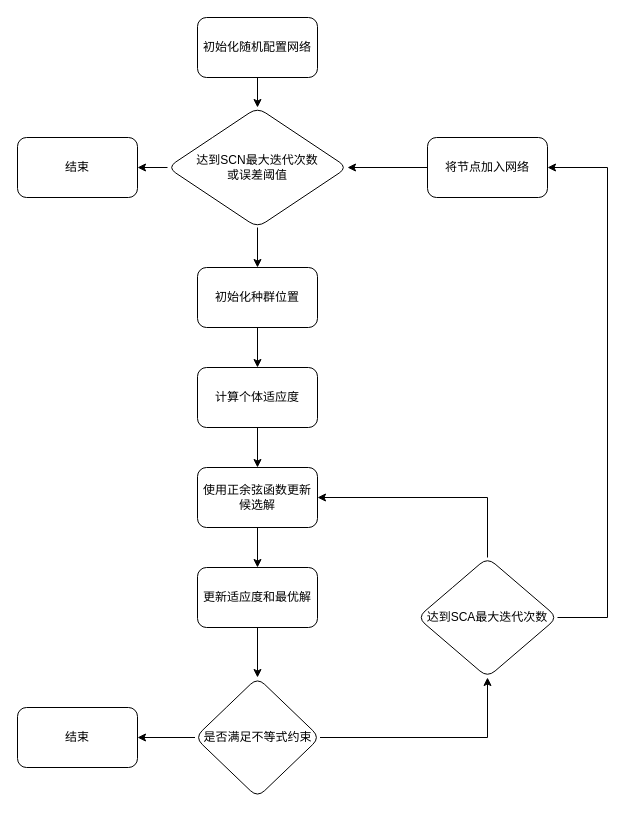
Earlier version of the draw.io diagram SCA_SCN流程图.drawio (hmh38324/diagrams). Source tidied: cells renumbered, new cells numbered last; positions are measured from the earlier drawing's top-left corner, leaving out a move shared by most shapes. Both pictures are drawn from the tidied source at 100%, with x=0, y=0 at pixel (17, 17).
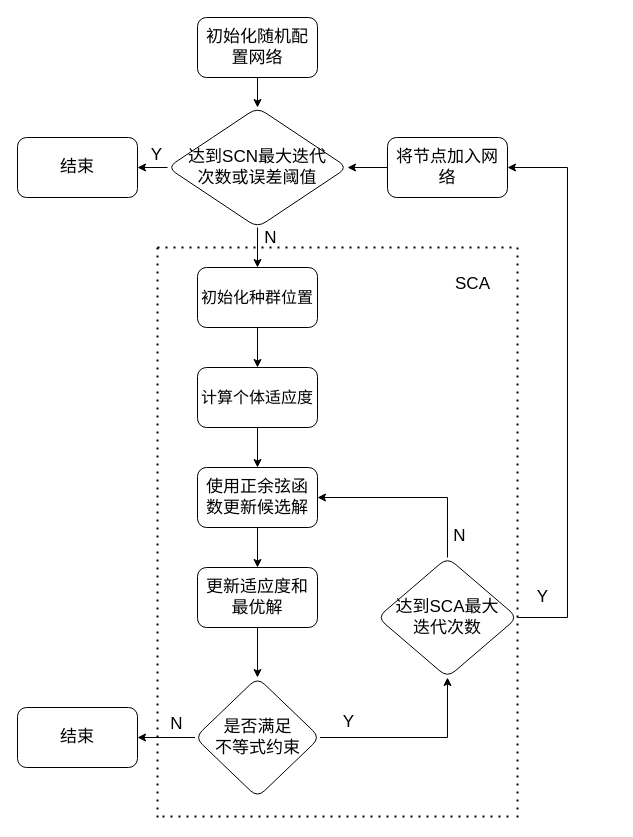
After the change.

Commit message (it also covers changes not shown here):
更新SCA_SCN流程图.drawio

Diff of the diagram source:
```diff
@@
-    <mxCell id="2" style="edgeStyle=orthogonalEdgeStyle;rounded=0;jettySize=auto;html=1;" parent="1" edge="1" source="3" target="6">
+    <mxCell id="2" style="edgeStyle=orthogonalEdgeStyle;rounded=0;jettySize=auto;html=1;fontSize=17;" parent="1" edge="1" source="3" target="6">
       <mxGeometry relative="1" as="geometry" />
     </mxCell>
-    <mxCell id="3" value="初始化随机配置网络" style="rounded=1;whiteSpace=wrap;html=1;" parent="1" vertex="1">
+    <mxCell id="3" value="初始化随机配置网络" style="rounded=1;whiteSpace=wrap;html=1;fontSize=17;" parent="1" vertex="1">
       <mxGeometry x="180" width="120" height="60" as="geometry" />
     </mxCell>
-    <mxCell id="4" style="edgeStyle=orthogonalEdgeStyle;rounded=0;jettySize=auto;html=1;" parent="1" edge="1" source="6" target="8">
+    <mxCell id="4" style="edgeStyle=orthogonalEdgeStyle;rounded=0;jettySize=auto;html=1;fontSize=17;" parent="1" edge="1" source="6" target="8">
       <mxGeometry relative="1" as="geometry" />
     </mxCell>
-    <mxCell id="5" style="edgeStyle=orthogonalEdgeStyle;rounded=0;jettySize=auto;html=1;" parent="1" edge="1" source="6" target="24">
+    <mxCell id="5" style="edgeStyle=orthogonalEdgeStyle;rounded=0;jettySize=auto;html=1;fontSize=17;" parent="1" edge="1" source="6" target="24">
       <mxGeometry relative="1" as="geometry" />
     </mxCell>
-    <mxCell id="6" value="达到SCN最大迭代次数&lt;br&gt;或误差阈值" style="rhombus;whiteSpace=wrap;html=1;rounded=1;" parent="1" vertex="1">
+    <mxCell id="6" value="达到SCN最大迭代&lt;br&gt;次数或误差阈值" style="rhombus;whiteSpace=wrap;html=1;rounded=1;fontSize=17;" parent="1" vertex="1">
       <mxGeometry x="150" y="90" width="180" height="120" as="geometry" />
     </mxCell>
-    <mxCell id="7" style="edgeStyle=orthogonalEdgeStyle;rounded=0;jettySize=auto;html=1;" parent="1" edge="1" source="8" target="10">
+    <mxCell id="7" style="edgeStyle=orthogonalEdgeStyle;rounded=0;jettySize=auto;html=1;fontSize=17;" parent="1" edge="1" source="8" target="10">
       <mxGeometry relative="1" as="geometry" />
     </mxCell>
-    <mxCell id="8" value="初始化种群位置" style="whiteSpace=wrap;html=1;rounded=1;" parent="1" vertex="1">
+    <mxCell id="8" value="初始化种群位置" style="whiteSpace=wrap;html=1;rounded=1;fontSize=16;" parent="1" vertex="1">
       <mxGeometry x="180" y="250" width="120" height="60" as="geometry" />
     </mxCell>
-    <mxCell id="9" style="edgeStyle=orthogonalEdgeStyle;rounded=0;jettySize=auto;html=1;" parent="1" edge="1" source="10" target="12">
+    <mxCell id="9" style="edgeStyle=orthogonalEdgeStyle;rounded=0;jettySize=auto;html=1;fontSize=17;" parent="1" edge="1" source="10" target="12">
       <mxGeometry relative="1" as="geometry" />
     </mxCell>
-    <mxCell id="10" value="计算个体适应度" style="whiteSpace=wrap;html=1;rounded=1;" parent="1" vertex="1">
+    <mxCell id="10" value="计算个体适应度" style="whiteSpace=wrap;html=1;rounded=1;fontSize=16;" parent="1" vertex="1">
       <mxGeometry x="180" y="350" width="120" height="60" as="geometry" />
     </mxCell>
-    <mxCell id="11" style="edgeStyle=orthogonalEdgeStyle;rounded=0;jettySize=auto;html=1;" parent="1" edge="1" source="12" target="14">
+    <mxCell id="11" style="edgeStyle=orthogonalEdgeStyle;rounded=0;jettySize=auto;html=1;fontSize=17;" parent="1" edge="1" source="12" target="14">
       <mxGeometry relative="1" as="geometry" />
     </mxCell>
-    <mxCell id="12" value="使用正余弦函数更新候选解" style="whiteSpace=wrap;html=1;rounded=1;" parent="1" vertex="1">
+    <mxCell id="12" value="使用正余弦函数更新候选解" style="whiteSpace=wrap;html=1;rounded=1;fontSize=17;" parent="1" vertex="1">
       <mxGeometry x="180" y="450" width="120" height="60" as="geometry" />
     </mxCell>
-    <mxCell id="13" style="edgeStyle=orthogonalEdgeStyle;rounded=0;jettySize=auto;html=1;" parent="1" edge="1" source="14" target="20">
+    <mxCell id="13" style="edgeStyle=orthogonalEdgeStyle;rounded=0;jettySize=auto;html=1;fontSize=17;" parent="1" edge="1" source="14" target="20">
       <mxGeometry relative="1" as="geometry" />
     </mxCell>
-    <mxCell id="14" value="更新适应度和最优解" style="whiteSpace=wrap;html=1;rounded=1;" parent="1" vertex="1">
+    <mxCell id="14" value="更新适应度和最优解" style="whiteSpace=wrap;html=1;rounded=1;fontSize=17;" parent="1" vertex="1">
       <mxGeometry x="180" y="550" width="120" height="60" as="geometry" />
     </mxCell>
-    <mxCell id="15" style="edgeStyle=orthogonalEdgeStyle;rounded=0;jettySize=auto;html=1;entryX=1;entryY=0.5;entryDx=0;entryDy=0;exitX=0.5;exitY=0;exitDx=0;exitDy=0;" parent="1" edge="1" source="17" target="12">
+    <mxCell id="15" style="edgeStyle=orthogonalEdgeStyle;rounded=0;jettySize=auto;html=1;entryX=1;entryY=0.5;entryDx=0;entryDy=0;exitX=0.5;exitY=0;exitDx=0;exitDy=0;fontSize=17;" parent="1" edge="1" source="17" target="12">
       <mxGeometry relative="1" as="geometry">
         <Array as="points">
-          <mxPoint x="470" y="480" />
+          <mxPoint x="430" y="480" />
         </Array>
       </mxGeometry>
     </mxCell>
-    <mxCell id="16" style="edgeStyle=orthogonalEdgeStyle;rounded=0;jettySize=auto;html=1;entryX=1;entryY=0.5;entryDx=0;entryDy=0;" parent="1" edge="1" source="17" target="23">
+    <mxCell id="16" style="edgeStyle=orthogonalEdgeStyle;rounded=0;jettySize=auto;html=1;entryX=1;entryY=0.5;entryDx=0;entryDy=0;fontSize=17;" parent="1" edge="1" source="17" target="23">
       <mxGeometry relative="1" as="geometry">
         <Array as="points">
-          <mxPoint x="590" y="600" />
-          <mxPoint x="590" y="150" />
+          <mxPoint x="550" y="600" />
+          <mxPoint x="550" y="150" />
         </Array>
       </mxGeometry>
     </mxCell>
-    <mxCell id="17" value="达到SCA最大迭代次数" style="rhombus;whiteSpace=wrap;html=1;rounded=1;" parent="1" vertex="1">
-      <mxGeometry x="400" y="540" width="140" height="120" as="geometry" />
+    <mxCell id="17" value="达到SCA最大&lt;br&gt;迭代次数" style="rhombus;whiteSpace=wrap;html=1;rounded=1;fontSize=17;" parent="1" vertex="1">
+      <mxGeometry x="360" y="540" width="140" height="120" as="geometry" />
     </mxCell>
-    <mxCell id="18" style="edgeStyle=orthogonalEdgeStyle;rounded=0;jettySize=auto;html=1;entryX=0.5;entryY=1;entryDx=0;entryDy=0;" parent="1" edge="1" source="20" target="17">
+    <mxCell id="18" style="edgeStyle=orthogonalEdgeStyle;rounded=0;jettySize=auto;html=1;entryX=0.5;entryY=1;entryDx=0;entryDy=0;fontSize=17;" parent="1" edge="1" source="20" target="17">
       <mxGeometry relative="1" as="geometry" />
     </mxCell>
-    <mxCell id="19" style="edgeStyle=orthogonalEdgeStyle;rounded=0;jettySize=auto;html=1;" parent="1" edge="1" source="20" target="21">
+    <mxCell id="19" style="edgeStyle=orthogonalEdgeStyle;rounded=0;jettySize=auto;html=1;fontSize=17;" parent="1" edge="1" source="20" target="21">
       <mxGeometry relative="1" as="geometry" />
     </mxCell>
-    <mxCell id="20" value="是否满足不等式约束" style="rhombus;whiteSpace=wrap;html=1;rounded=1;" parent="1" vertex="1">
+    <mxCell id="20" value="是否满足&lt;br&gt;不等式约束" style="rhombus;whiteSpace=wrap;html=1;rounded=1;fontSize=17;" parent="1" vertex="1">
       <mxGeometry x="177.5" y="660" width="125" height="120" as="geometry" />
     </mxCell>
-    <mxCell id="21" value="结束" style="whiteSpace=wrap;html=1;rounded=1;" parent="1" vertex="1">
+    <mxCell id="21" value="结束" style="whiteSpace=wrap;html=1;rounded=1;fontSize=17;" parent="1" vertex="1">
       <mxGeometry y="690" width="120" height="60" as="geometry" />
     </mxCell>
-    <mxCell id="22" style="edgeStyle=orthogonalEdgeStyle;rounded=0;jettySize=auto;html=1;entryX=1;entryY=0.5;entryDx=0;entryDy=0;" parent="1" edge="1" source="23" target="6">
+    <mxCell id="22" style="edgeStyle=orthogonalEdgeStyle;rounded=0;jettySize=auto;html=1;entryX=1;entryY=0.5;entryDx=0;entryDy=0;fontSize=17;" parent="1" edge="1" source="23" target="6">
       <mxGeometry relative="1" as="geometry" />
     </mxCell>
-    <mxCell id="23" value="将节点加入网络" style="whiteSpace=wrap;html=1;rounded=1;" parent="1" vertex="1">
-      <mxGeometry x="410" y="120" width="120" height="60" as="geometry" />
+    <mxCell id="23" value="将节点加入网络" style="whiteSpace=wrap;html=1;rounded=1;fontSize=17;" parent="1" vertex="1">
+      <mxGeometry x="370" y="120" width="120" height="60" as="geometry" />
     </mxCell>
-    <mxCell id="24" value="结束" style="whiteSpace=wrap;html=1;rounded=1;" parent="1" vertex="1">
+    <mxCell id="24" value="结束" style="whiteSpace=wrap;html=1;rounded=1;fontSize=17;" parent="1" vertex="1">
       <mxGeometry y="120" width="120" height="60" as="geometry" />
     </mxCell>
+    <mxCell id="25" style="endArrow=none;dashed=1;html=1;dashPattern=1 3;strokeWidth=2;rounded=0;fontSize=17;" parent="1" edge="1">
+      <mxGeometry relative="1" as="geometry">
+        <mxPoint x="140" y="230" as="sourcePoint" />
+        <mxPoint x="500" y="230" as="targetPoint" />
+      </mxGeometry>
+    </mxCell>
+    <mxCell id="26" style="endArrow=none;dashed=1;html=1;dashPattern=1 3;strokeWidth=2;rounded=0;fontSize=17;" parent="1" edge="1">
+      <mxGeometry relative="1" as="geometry">
+        <mxPoint x="140" y="800" as="sourcePoint" />
+        <mxPoint x="140" y="230" as="targetPoint" />
+      </mxGeometry>
+    </mxCell>
+    <mxCell id="27" style="endArrow=none;dashed=1;html=1;dashPattern=1 3;strokeWidth=2;rounded=0;fontSize=17;" parent="1" edge="1">
+      <mxGeometry relative="1" as="geometry">
+        <mxPoint x="500" y="230" as="sourcePoint" />
+        <mxPoint x="500" y="800" as="targetPoint" />
+      </mxGeometry>
+    </mxCell>
+    <mxCell id="28" style="endArrow=none;dashed=1;html=1;dashPattern=1 3;strokeWidth=2;rounded=0;fontSize=17;" parent="1" edge="1">
+      <mxGeometry relative="1" as="geometry">
+        <mxPoint x="145" y="799" as="sourcePoint" />
+        <mxPoint x="495" y="799" as="targetPoint" />
+      </mxGeometry>
+    </mxCell>
+    <mxCell id="29" value="SCA" style="text;html=1;align=center;verticalAlign=middle;strokeColor=none;fillColor=none;fontSize=17;" parent="1" vertex="1">
+      <mxGeometry x="425" y="252" width="60" height="30" as="geometry" />
+    </mxCell>
+    <mxCell id="30" value="Y" style="text;html=1;align=center;verticalAlign=middle;strokeColor=none;fillColor=none;fontSize=17;" parent="1" vertex="1">
+      <mxGeometry x="124" y="123" width="30" height="30" as="geometry" />
+    </mxCell>
+    <mxCell id="31" value="N" style="text;html=1;align=center;verticalAlign=middle;strokeColor=none;fillColor=none;fontSize=17;" parent="1" vertex="1">
+      <mxGeometry x="233" y="206" width="40" height="30" as="geometry" />
+    </mxCell>
+    <mxCell id="32" value="N" style="text;html=1;align=center;verticalAlign=middle;strokeColor=none;fillColor=none;fontSize=17;" parent="1" vertex="1">
+      <mxGeometry x="139" y="692" width="40" height="30" as="geometry" />
+    </mxCell>
+    <mxCell id="33" value="N" style="text;html=1;align=center;verticalAlign=middle;strokeColor=none;fillColor=none;fontSize=17;" parent="1" vertex="1">
+      <mxGeometry x="422" y="504" width="40" height="30" as="geometry" />
+    </mxCell>
+    <mxCell id="34" value="Y" style="text;html=1;align=center;verticalAlign=middle;strokeColor=none;fillColor=none;fontSize=17;" parent="1" vertex="1">
+      <mxGeometry x="316" y="690" width="30" height="30" as="geometry" />
+    </mxCell>
+    <mxCell id="35" value="Y" style="text;html=1;align=center;verticalAlign=middle;strokeColor=none;fillColor=none;fontSize=17;" parent="1" vertex="1">
+      <mxGeometry x="510" y="565" width="30" height="30" as="geometry" />
+    </mxCell>
```
